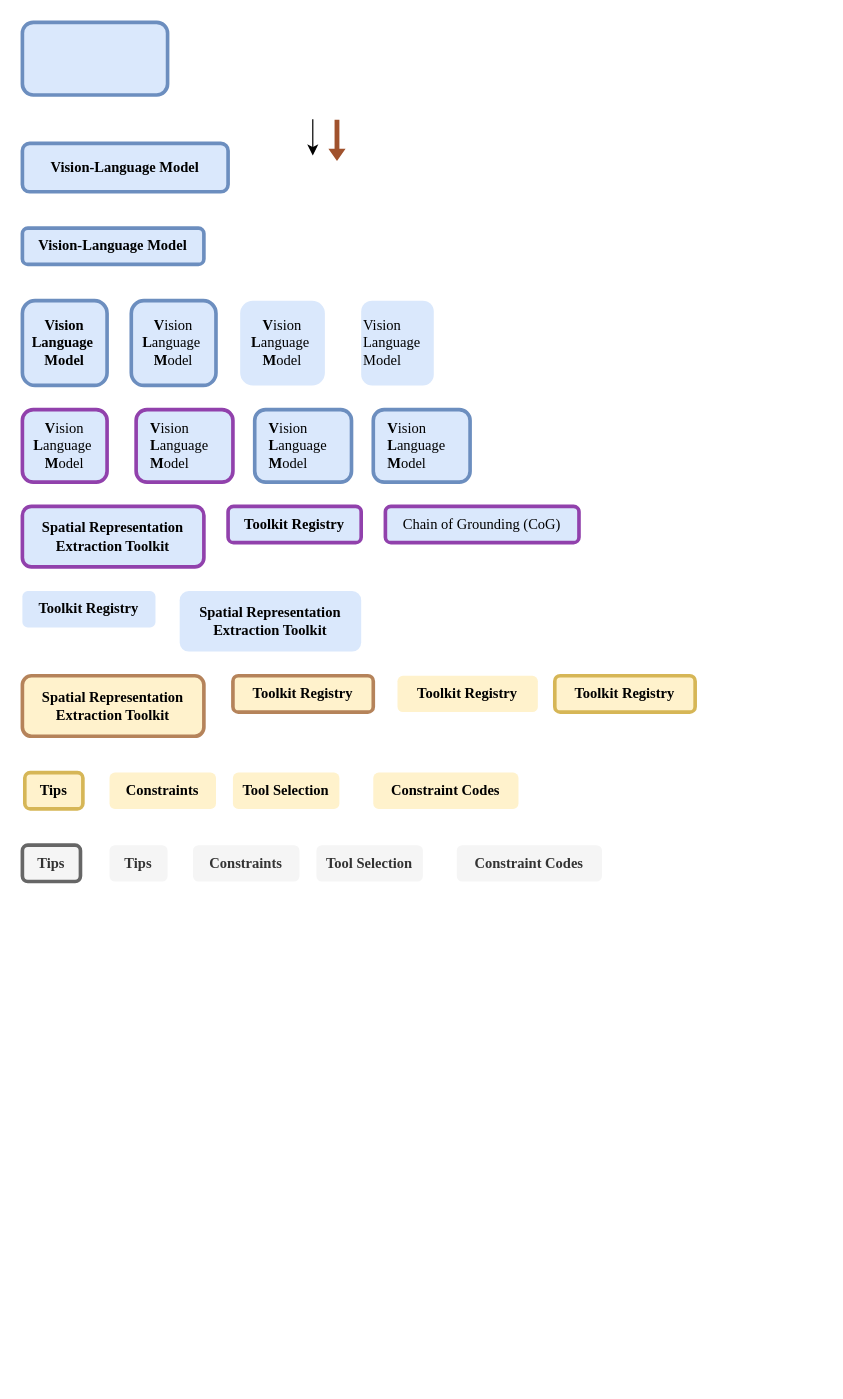
Earlier version of the draw.io diagram taki.drawio (AnonAnonAnonAnonAnon/Figure_live). Source tidied: cells renumbered, new cells numbered last; positions are measured from the earlier drawing's top-left corner, leaving out a move shared by most shapes. Both pictures are drawn from the tidied source at 121%, with x=0, y=0 at pixel (22, 22). Pictures stored in the file or linked from it are replaced by grey dashed boxes.
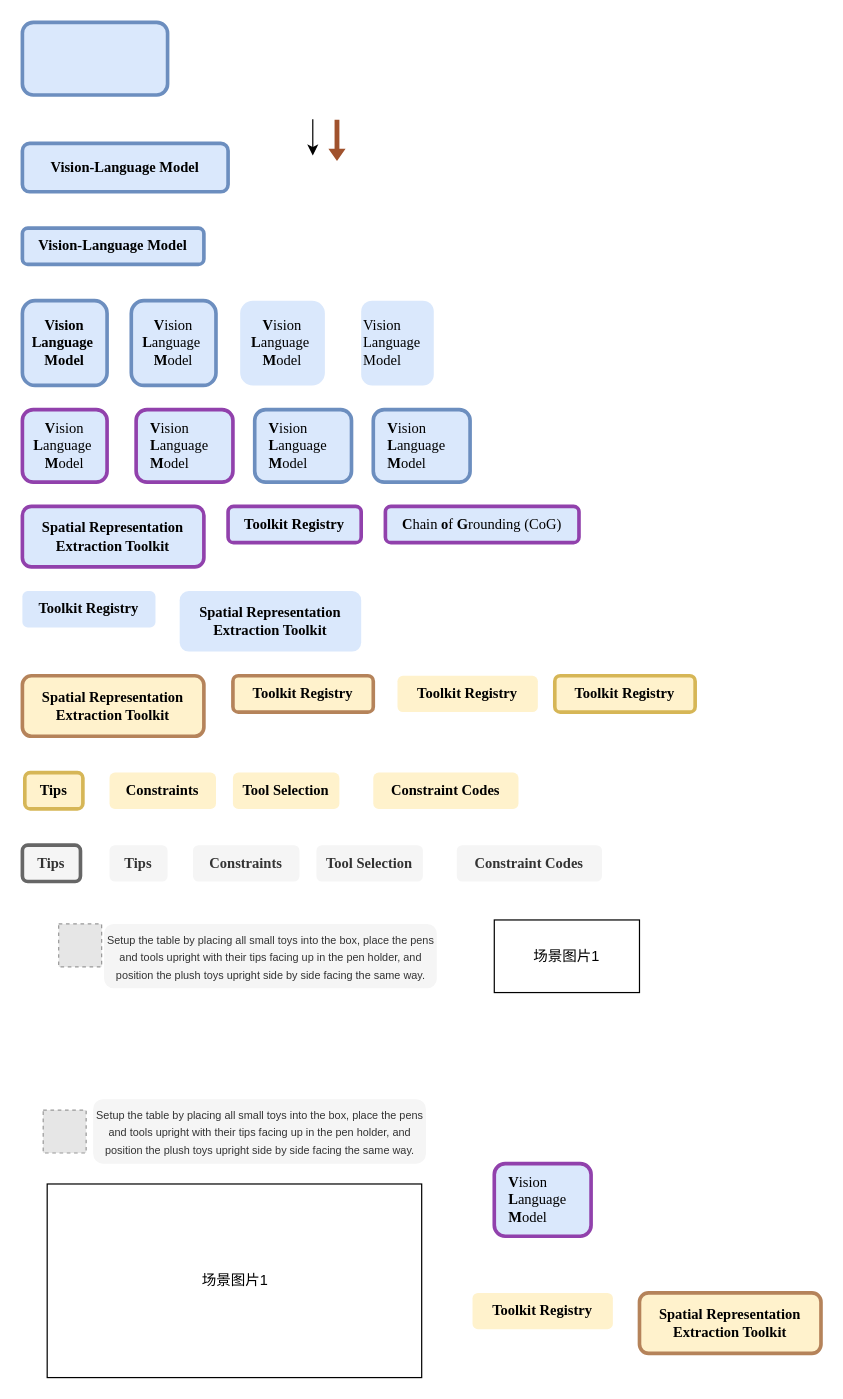
Above is the later version.

Diff of the diagram source:
```diff
@@
-    <mxCell id="17" value="&lt;div&gt;&lt;div class=&quot;old-record-id-Jpved50hUo4uE4xDqZKcLIfEnAk&quot;&gt;&lt;font face=&quot;Times New Roman&quot;&gt;Chain of Grounding (CoG)&lt;/font&gt;&lt;/div&gt;&lt;/div&gt;&lt;font face=&quot;Times New Roman&quot;&gt;&lt;span class=&quot;lark-record-clipboard&quot; data-lark-record-data=&quot;{&amp;quot;rootId&amp;quot;:&amp;quot;Y6xqdsJ0JoNIp3x1KjNcxyL0n1f&amp;quot;,&amp;quot;text&amp;quot;:{&amp;quot;initialAttributedTexts&amp;quot;:{&amp;quot;text&amp;quot;:{&amp;quot;0&amp;quot;:&amp;quot;Chain of Grounding (CoG)&amp;quot;},&amp;quot;attribs&amp;quot;:{&amp;quot;0&amp;quot;:&amp;quot;*0+o&amp;quot;}},&amp;quot;apool&amp;quot;:{&amp;quot;numToAttrib&amp;quot;:{&amp;quot;0&amp;quot;:[&amp;quot;author&amp;quot;,&amp;quot;7455933905562779650&amp;quot;]},&amp;quot;nextNum&amp;quot;:1}},&amp;quot;type&amp;quot;:&amp;quot;text&amp;quot;,&amp;quot;referenceRecordMap&amp;quot;:{},&amp;quot;extra&amp;quot;:{&amp;quot;channel&amp;quot;:&amp;quot;saas&amp;quot;,&amp;quot;isEqualBlockSelection&amp;quot;:false,&amp;quot;pasteRandomId&amp;quot;:&amp;quot;5d08a9c0-3101-4293-8adc-91da2f840806&amp;quot;,&amp;quot;mention_page_title&amp;quot;:{},&amp;quot;external_mention_url&amp;quot;:{}},&amp;quot;isKeepQuoteContainer&amp;quot;:false,&amp;quot;isFromCode&amp;quot;:false,&amp;quot;selection&amp;quot;:[{&amp;quot;id&amp;quot;:1047,&amp;quot;type&amp;quot;:&amp;quot;text&amp;quot;,&amp;quot;selection&amp;quot;:{&amp;quot;start&amp;quot;:4,&amp;quot;end&amp;quot;:28},&amp;quot;recordId&amp;quot;:&amp;quot;Jpved50hUo4uE4xDqZKcLIfEnAk&amp;quot;}],&amp;quot;payloadMap&amp;quot;:{},&amp;quot;isCut&amp;quot;:false}&quot;&gt;&lt;/span&gt;&lt;/font&gt;" style="rounded=1;whiteSpace=wrap;html=1;strokeWidth=3;fillColor=#dae8fc;strokeColor=light-dark(#9141ac, #a9adff);align=center;" parent="1" vertex="1">
+    <mxCell id="17" value="&lt;div&gt;&lt;div class=&quot;old-record-id-Jpved50hUo4uE4xDqZKcLIfEnAk&quot;&gt;&lt;font&gt;&lt;b&gt;C&lt;/b&gt;hain &lt;b&gt;o&lt;/b&gt;f &lt;b&gt;G&lt;/b&gt;rounding (CoG)&lt;/font&gt;&lt;/div&gt;&lt;/div&gt;&lt;font&gt;&lt;span data-lark-record-data=&quot;{&amp;quot;rootId&amp;quot;:&amp;quot;Y6xqdsJ0JoNIp3x1KjNcxyL0n1f&amp;quot;,&amp;quot;text&amp;quot;:{&amp;quot;initialAttributedTexts&amp;quot;:{&amp;quot;text&amp;quot;:{&amp;quot;0&amp;quot;:&amp;quot;Chain of Grounding (CoG)&amp;quot;},&amp;quot;attribs&amp;quot;:{&amp;quot;0&amp;quot;:&amp;quot;*0+o&amp;quot;}},&amp;quot;apool&amp;quot;:{&amp;quot;numToAttrib&amp;quot;:{&amp;quot;0&amp;quot;:[&amp;quot;author&amp;quot;,&amp;quot;7455933905562779650&amp;quot;]},&amp;quot;nextNum&amp;quot;:1}},&amp;quot;type&amp;quot;:&amp;quot;text&amp;quot;,&amp;quot;referenceRecordMap&amp;quot;:{},&amp;quot;extra&amp;quot;:{&amp;quot;channel&amp;quot;:&amp;quot;saas&amp;quot;,&amp;quot;isEqualBlockSelection&amp;quot;:false,&amp;quot;pasteRandomId&amp;quot;:&amp;quot;5d08a9c0-3101-4293-8adc-91da2f840806&amp;quot;,&amp;quot;mention_page_title&amp;quot;:{},&amp;quot;external_mention_url&amp;quot;:{}},&amp;quot;isKeepQuoteContainer&amp;quot;:false,&amp;quot;isFromCode&amp;quot;:false,&amp;quot;selection&amp;quot;:[{&amp;quot;id&amp;quot;:1047,&amp;quot;type&amp;quot;:&amp;quot;text&amp;quot;,&amp;quot;selection&amp;quot;:{&amp;quot;start&amp;quot;:4,&amp;quot;end&amp;quot;:28},&amp;quot;recordId&amp;quot;:&amp;quot;Jpved50hUo4uE4xDqZKcLIfEnAk&amp;quot;}],&amp;quot;payloadMap&amp;quot;:{},&amp;quot;isCut&amp;quot;:false}&quot; class=&quot;lark-record-clipboard&quot;&gt;&lt;/span&gt;&lt;/font&gt;" style="rounded=1;whiteSpace=wrap;html=1;strokeWidth=3;fillColor=#dae8fc;strokeColor=light-dark(#9141ac, #a9adff);align=center;fontFamily=Times New Roman;" parent="1" vertex="1">
       <mxGeometry x="300" y="400" width="160" height="30" as="geometry" />
     </mxCell>
@@
+    <mxCell id="36" style="fillColor=#E6E6E6;strokeColor=#999999;dashed=1;verticalLabelPosition=bottom;labelBackgroundColor=default;verticalAlign=top;" parent="1" vertex="1">
+      <mxGeometry x="30" y="745.1" width="35.5" height="35.5" as="geometry" />
+    </mxCell>
+    <mxCell id="37" value="&lt;p&gt;&lt;font style=&quot;font-size: 9px;&quot;&gt;Setup the table by placing all small toys into the box, place the pens and tools upright with their tips facing up in the pen holder, and position the plush toys upright side by side facing the same way.&lt;/font&gt;&lt;/p&gt;" style="rounded=1;whiteSpace=wrap;html=1;strokeWidth=3;fillColor=#f5f5f5;strokeColor=none;align=center;fontColor=#333333;" parent="1" vertex="1">
+      <mxGeometry x="67.5" y="745.1" width="275" height="53.2" as="geometry" />
+    </mxCell>
+    <mxCell id="38" value="场景图片1" style="rounded=0;whiteSpace=wrap;html=1;" parent="1" vertex="1">
+      <mxGeometry x="390" y="741.8" width="120" height="60" as="geometry" />
+    </mxCell>
+    <mxCell id="39" value="场景图片1" style="rounded=0;whiteSpace=wrap;html=1;" parent="1" vertex="1">
+      <mxGeometry x="20.5" y="960" width="309.5" height="160" as="geometry" />
+    </mxCell>
+    <mxCell id="40" style="fillColor=#E6E6E6;strokeColor=#999999;dashed=1;verticalLabelPosition=bottom;labelBackgroundColor=default;verticalAlign=top;" parent="1" vertex="1">
+      <mxGeometry x="17.2" y="898.9" width="35.5" height="35.5" as="geometry" />
+    </mxCell>
+    <mxCell id="41" value="&lt;p&gt;&lt;font style=&quot;font-size: 9px;&quot;&gt;Setup the table by placing all small toys into the box, place the pens and tools upright with their tips facing up in the pen holder, and position the plush toys upright side by side facing the same way.&lt;/font&gt;&lt;/p&gt;" style="rounded=1;whiteSpace=wrap;html=1;strokeWidth=3;fillColor=#f5f5f5;strokeColor=none;align=center;fontColor=#333333;" parent="1" vertex="1">
+      <mxGeometry x="58.5" y="890" width="275" height="53.2" as="geometry" />
+    </mxCell>
+    <mxCell id="42" style="rounded=1;whiteSpace=wrap;html=1;strokeWidth=3;fillColor=#dae8fc;strokeColor=light-dark(#9141ac, #a9adff);align=center;" parent="1" vertex="1">
+      <mxGeometry x="390" y="943.2" width="80" height="60" as="geometry" />
+    </mxCell>
+    <mxCell id="43" value="&lt;div align=&quot;left&quot;&gt;&lt;font face=&quot;Times New Roman&quot;&gt;&lt;b&gt;V&lt;/b&gt;ision&lt;/font&gt;&lt;/div&gt;&lt;div align=&quot;left&quot;&gt;&lt;font face=&quot;Times New Roman&quot;&gt;&lt;b&gt;L&lt;/b&gt;anguage&lt;/font&gt;&lt;/div&gt;&lt;div align=&quot;left&quot;&gt;&lt;font face=&quot;Times New Roman&quot;&gt;&lt;b&gt;M&lt;/b&gt;odel&lt;/font&gt;&lt;/div&gt;" style="text;html=1;align=left;verticalAlign=middle;strokeColor=none;fillColor=none;" parent="1" vertex="1">
+      <mxGeometry x="400" y="943.2" width="70" height="60" as="geometry" />
+    </mxCell>
+    <mxCell id="44" value="&lt;font face=&quot;Times New Roman&quot;&gt;&lt;b&gt;Spatial Representation Extraction Toolkit&lt;/b&gt;&lt;/font&gt;" style="rounded=1;whiteSpace=wrap;html=1;strokeWidth=3;fillColor=#fff2cc;strokeColor=light-dark(#b5835a, #00a200);align=center;" parent="1" vertex="1">
+      <mxGeometry x="510" y="1050" width="150" height="50" as="geometry" />
+    </mxCell>
+    <mxCell id="45" value="&lt;font face=&quot;Times New Roman&quot;&gt;&lt;b&gt;Toolkit Registry&lt;/b&gt;&lt;/font&gt;" style="rounded=1;whiteSpace=wrap;html=1;strokeWidth=3;fillColor=#fff2cc;strokeColor=none;align=center;" parent="1" vertex="1">
+      <mxGeometry x="372" y="1050" width="116" height="30" as="geometry" />
+    </mxCell>
```
